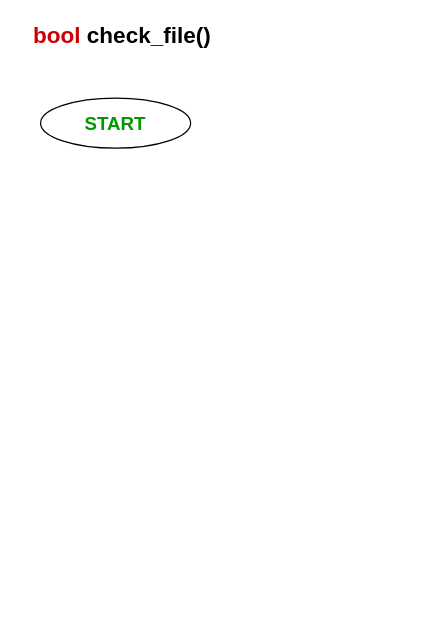
The draw.io diagram page "Page-2" (2 of 3) of MONICA._flowchart_after_tsdone.drawio in francis-job/MONICA_Design-Analysis, before the edit. Source tidied: cells renumbered, new cells numbered last; positions are measured from the earlier drawing's top-left corner, leaving out a move shared by most shapes. Both pictures are drawn from the tidied source at 125%, with x=0, y=0 at pixel (21, 22).
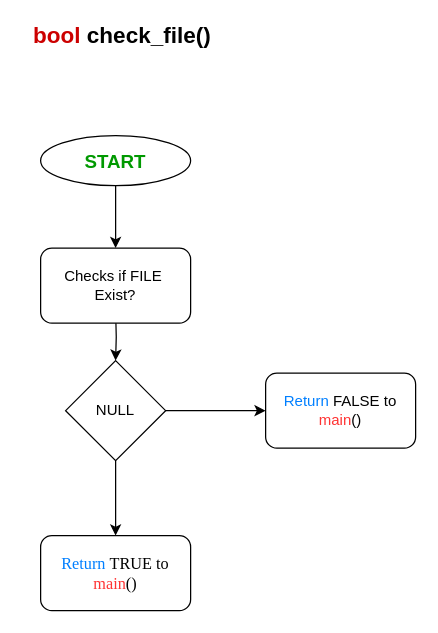
The same page after the edit.

Change to the diagram source:
```diff
@@
 <mxGraphModel>
   <root>
     <mxCell id="0" />
     <mxCell id="1" parent="0" />
     <mxCell id="2" value="&lt;font style=&quot;font-size: 18px&quot;&gt;&lt;b&gt;&lt;font color=&quot;#cc0000&quot;&gt;bool &lt;/font&gt;check_file()&lt;/b&gt;&lt;/font&gt;" style="text;html=1;align=center;verticalAlign=middle;fillColor=none;strokeColor=none;rounded=0;" parent="1" vertex="1">
       <mxGeometry width="160" height="20" as="geometry" />
     </mxCell>
+    <mxCell id="4" style="edgeStyle=orthogonalEdgeStyle;rounded=0;jettySize=auto;html=1;exitX=0.5;exitY=1;exitDx=0;exitDy=0;" parent="1" edge="1" source="3">
+      <mxGeometry relative="1" as="geometry">
+        <mxPoint x="75" y="180" as="targetPoint" />
+      </mxGeometry>
+    </mxCell>
     <mxCell id="3" value="&lt;b&gt;&lt;font color=&quot;#009900&quot; style=&quot;font-size: 15px&quot;&gt;START&lt;/font&gt;&lt;/b&gt;" style="ellipse;whiteSpace=wrap;html=1;" parent="1" vertex="1">
-      <mxGeometry x="15" y="60" width="120" height="40" as="geometry" />
+      <mxGeometry x="15" y="90" width="120" height="40" as="geometry" />
     </mxCell>
+    <mxCell id="5" style="edgeStyle=orthogonalEdgeStyle;rounded=0;jettySize=auto;html=1;exitX=0.5;exitY=1;exitDx=0;exitDy=0;" parent="1" edge="1" target="8">
+      <mxGeometry relative="1" as="geometry">
+        <mxPoint x="75" y="230" as="sourcePoint" />
+      </mxGeometry>
+    </mxCell>
+    <mxCell id="6" style="edgeStyle=orthogonalEdgeStyle;rounded=0;jettySize=auto;html=1;exitX=1;exitY=0.5;exitDx=0;exitDy=0;" parent="1" edge="1" source="8" target="10">
+      <mxGeometry relative="1" as="geometry" />
+    </mxCell>
+    <mxCell id="7" style="edgeStyle=orthogonalEdgeStyle;rounded=0;jettySize=auto;html=1;exitX=0.5;exitY=1;exitDx=0;exitDy=0;" parent="1" edge="1" source="8" target="11">
+      <mxGeometry relative="1" as="geometry" />
+    </mxCell>
+    <mxCell id="8" value="NULL" style="rhombus;whiteSpace=wrap;html=1;" parent="1" vertex="1">
+      <mxGeometry x="35" y="270" width="80" height="80" as="geometry" />
+    </mxCell>
+    <mxCell id="9" value="Checks if FILE&amp;nbsp;&lt;br&gt;Exist?" style="rounded=1;whiteSpace=wrap;html=1;" parent="1" vertex="1">
+      <mxGeometry x="15" y="180" width="120" height="60" as="geometry" />
+    </mxCell>
+    <mxCell id="10" value="&lt;font color=&quot;#007fff&quot;&gt;Return&lt;/font&gt;&amp;nbsp;FALSE to &lt;font color=&quot;#ff3333&quot;&gt;main&lt;/font&gt;()" style="rounded=1;whiteSpace=wrap;html=1;" parent="1" vertex="1">
+      <mxGeometry x="195" y="280" width="120" height="60" as="geometry" />
+    </mxCell>
+    <mxCell id="11" value="&lt;font face=&quot;Times New Roman&quot; style=&quot;font-size: 13px&quot;&gt;&lt;font color=&quot;#007fff&quot;&gt;Return&lt;/font&gt;&amp;nbsp;TRUE to &lt;font color=&quot;#ff3333&quot;&gt;main&lt;/font&gt;()&lt;/font&gt;" style="rounded=1;whiteSpace=wrap;html=1;" parent="1" vertex="1">
+      <mxGeometry x="15" y="410" width="120" height="60" as="geometry" />
+    </mxCell>
   </root>
 </mxGraphModel>
```
